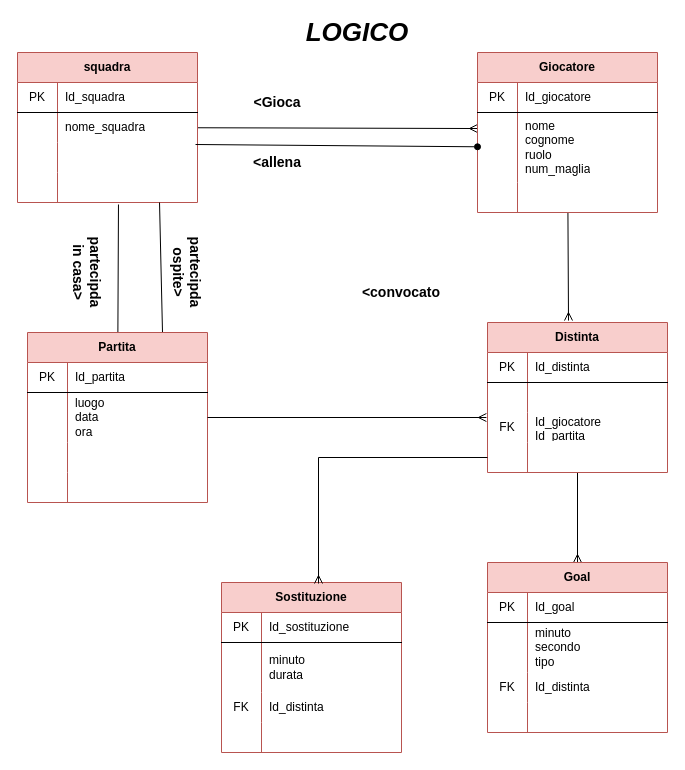
This is page "LOGICO" (2 of 3) of CALCIOTTO.drawio from giuliacangani02/Calciotto, a draw.io file, before an edit. Source tidied: cells renumbered, new cells numbered last; positions are measured from the earlier drawing's top-left corner, leaving out a move shared by most shapes. Both pictures are drawn from the tidied source at 100%, with x=0, y=0 at pixel (17, 22).
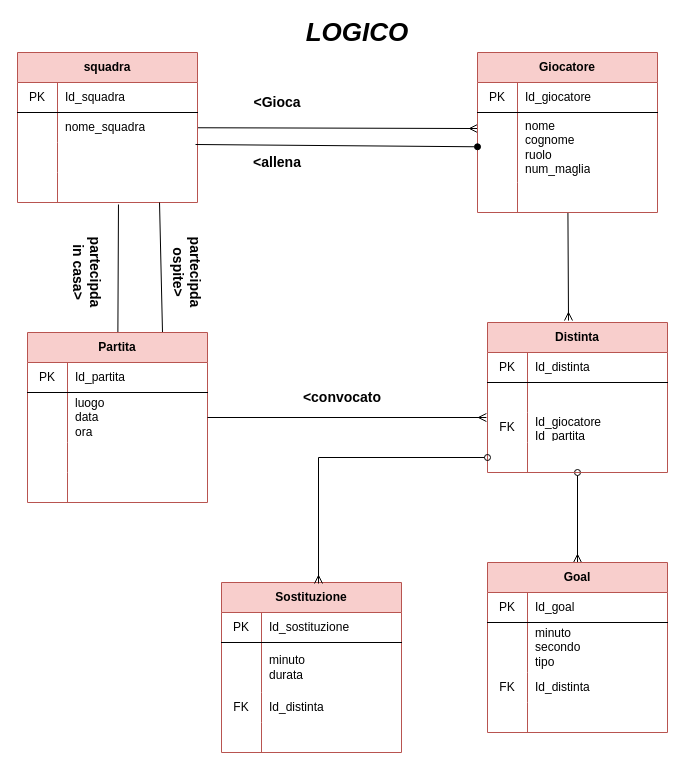
The same diagram, later.

The change refers to these unchanged cells:
```xml
<mxCell id="50" value="Distinta" style="shape=table;html=1;whiteSpace=wrap;startSize=30;childLayout=tableLayout;rowLines=0;fontStyle=1;align=center;fillColor=#f8cecc;strokeColor=#b85450;" parent="1" vertex="1">
  <mxGeometry x="470" y="300" width="180" height="150" as="geometry" />
</mxCell>
<mxCell id="60" style="shape=partialRectangle;html=1;whiteSpace=wrap;fillColor=none;top=0;left=0;bottom=0;right=0;points=[[0,0.5],[1,0.5]];portConstraint=eastwest;" parent="50" vertex="1">
  <mxGeometry y="120" width="180" height="30" as="geometry" />
</mxCell>
<mxCell id="64" value="Goal" style="shape=table;html=1;whiteSpace=wrap;startSize=30;childLayout=tableLayout;rowLines=0;fontStyle=1;align=center;fillColor=#f8cecc;strokeColor=#b85450;" parent="1" vertex="1">
  <mxGeometry x="470" y="540" width="180" height="170" as="geometry" />
</mxCell>
<mxCell id="77" value="Sostituzione" style="shape=table;html=1;whiteSpace=wrap;startSize=30;childLayout=tableLayout;rowLines=0;fontStyle=1;align=center;fillColor=#f8cecc;strokeColor=#b85450;" parent="1" vertex="1">
  <mxGeometry x="204" y="560" width="180" height="170" as="geometry" />
</mxCell>
```

What changed in the source:
```diff
@@
     <mxCell id="47" value="&amp;lt;convocato" style="text;html=1;strokeColor=none;fillColor=none;align=center;verticalAlign=middle;whiteSpace=wrap;rounded=0;fontSize=14;fontStyle=1;" parent="1" vertex="1">
-      <mxGeometry x="339" y="260" width="90" height="20" as="geometry" />
+      <mxGeometry x="280" y="365" width="90" height="20" as="geometry" />
     </mxCell>
@@
-    <mxCell id="49" style="edgeStyle=none;rounded=0;jettySize=auto;html=1;endArrow=ERmany;endFill=0;" parent="1" edge="1" source="50" target="64">
+    <mxCell id="49" style="edgeStyle=none;rounded=0;jettySize=auto;html=1;endArrow=ERmany;endFill=0;startArrow=oval;startFill=0;" parent="1" edge="1" source="50" target="64">
       <mxGeometry relative="1" as="geometry" />
     </mxCell>
@@
-    <mxCell id="90" style="edgeStyle=orthogonalEdgeStyle;rounded=0;jettySize=auto;html=1;entryX=0.539;entryY=0.006;entryDx=0;entryDy=0;entryPerimeter=0;endArrow=ERmany;endFill=0;" parent="1" edge="1" source="60" target="77">
+    <mxCell id="90" style="edgeStyle=orthogonalEdgeStyle;rounded=0;jettySize=auto;html=1;entryX=0.539;entryY=0.006;entryDx=0;entryDy=0;entryPerimeter=0;endArrow=ERmany;endFill=0;startArrow=oval;startFill=0;" parent="1" edge="1" source="60" target="77">
       <mxGeometry relative="1" as="geometry" />
     </mxCell>
```
